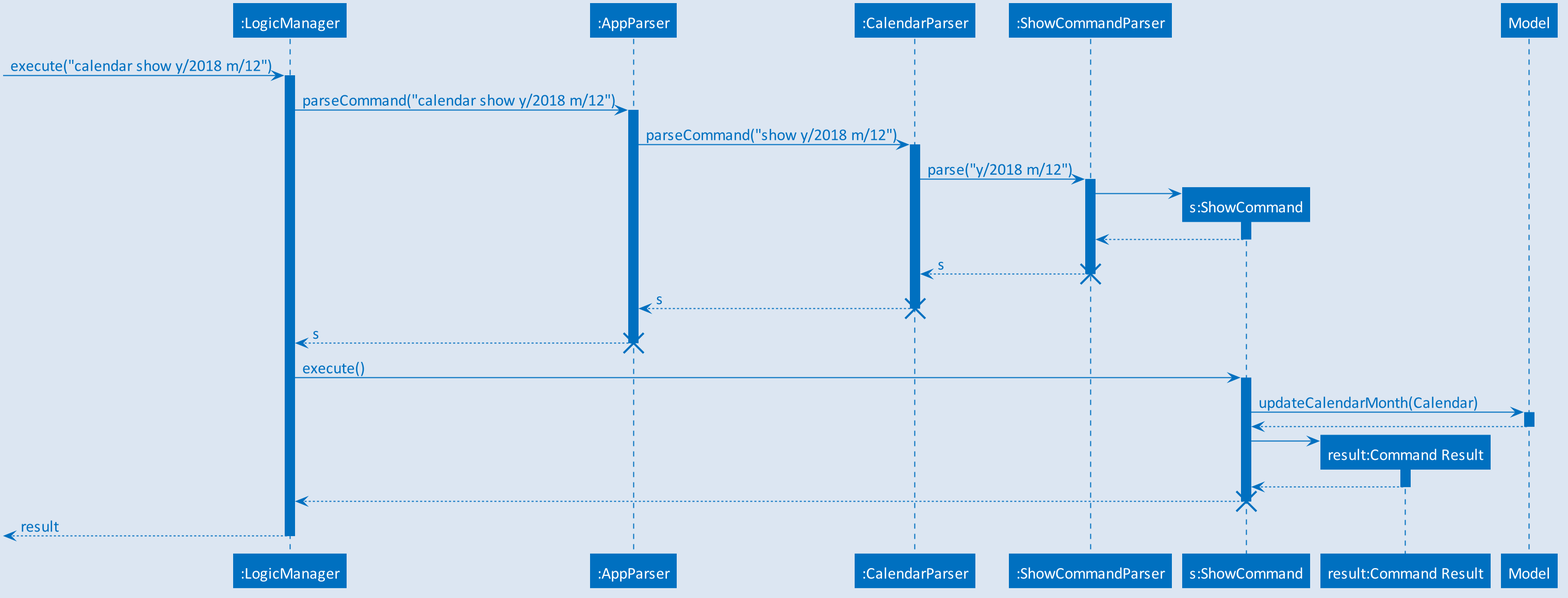
Earlier version of the PlantUML export docs/images/CalendarShowCommandSequence.png (CS2103-AY1819S1-T09-1/main).
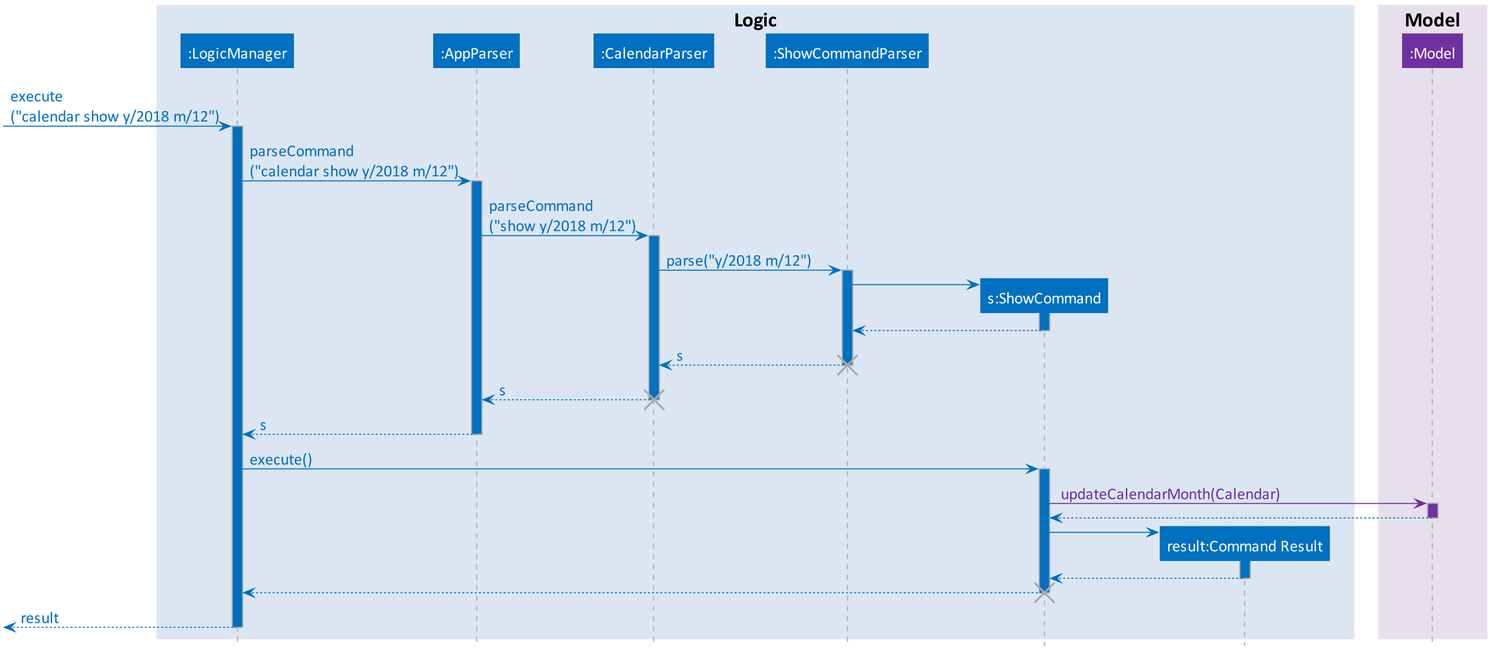
After the commit.

Commit message:
Colorise diagram

The edit, as a diff of the source:
```diff
@@ -2,52 +2,75 @@
 scale 2
 skinparam defaultFontName Calibri
 skinparam defaultFontSize 16
-skinparam backgroundColor #DCE6F2
+skinparam BoxPadding 10
+skinparam ParticipantPadding 20
 skinparam shadowing false
+hide stereotype
 
 skinparam sequence {
-    ParticipantBorderColor #0070C0
-    ParticipantBackgroundColor #0070C0
+    BoxBorderColor transparent
+    BoxFontSize 20
+
+    ParticipantBorderColor<<logic>> #0070C0
+    ParticipantBackgroundColor<<logic>> #0070C0
+
+    ParticipantBorderColor<<model>> #7030A0
+    ParticipantBackgroundColor<<model>> #7030A0
+
+    LifeLineBorderColor DarkGrey
+    LifeLineBackgroundColor #0070C0
     ParticipantFontColor #FFFFFF
-
-    LifeLineBorderColor #0070C0
-    LifeLineBackgroundColor #0070C0
 
     ArrowColor #0070C0
     ArrowBorderColor #0070C0
     ArrowFontColor #0070C0
-
 }
 
-participant logicManager as ":LogicManager"
-participant appParser as ":AppParser"
-participant calendarParser as ":CalendarParser"
-participant showCommandParser as ":ShowCommandParser"
-participant showCommand as "s:ShowCommand"
-participant result as "result:Command Result"
-participant model as "Model"
+box "Logic" #DCE6F2
+    participant logicManager as ":LogicManager" <<logic>>
+    participant appParser as ":AppParser" <<logic>>
+    participant calendarParser as ":CalendarParser" <<logic>>
+    participant showCommandParser as ":ShowCommandParser" <<logic>>
+    participant showCommand as "s:ShowCommand" <<logic>>
+    participant result as "result:Command Result" <<logic>>
+end box
+box "Model" #E6E0EC
+    participant model as ":Model" <<model>>
+end box
 
-autoactivate on
-[-> logicManager: execute("calendar show y/2018 m/12")
-logicManager -> appParser: parseCommand("calendar show y/2018 m/12")
-appParser -> calendarParser: parseCommand("show y/2018 m/12")
+hide footbox
+[-> logicManager: execute\n("calendar show y/2018 m/12")
+activate logicManager
+logicManager -> appParser: parseCommand\n("calendar show y/2018 m/12")
+activate appParser
+appParser -> calendarParser: parseCommand\n("show y/2018 m/12")
+activate calendarParser
 calendarParser -> showCommandParser: parse("y/2018 m/12")
+activate showCommandParser
 create showCommand
 showCommandParser -> showCommand
+activate showCommand
 showCommand --> showCommandParser
+deactivate showCommand
 showCommandParser --> calendarParser: s
 destroy showCommandParser
 calendarParser --> appParser: s
 destroy calendarParser
 appParser --> logicManager: s
-destroy appParser
+deactivate appParser
 logicManager -> showCommand: execute()
-showCommand -> model: updateCalendarMonth(Calendar)
+activate showCommand
+showCommand -[#7030A0]> model : <color:#7030A0> updateCalendarMonth(Calendar)
+activate model #7030A0
 model --> showCommand
+deactivate model
 create result
 showCommand -> result
+activate result
 result --> showCommand
+deactivate result
 showCommand --> logicManager
 destroy showCommand
 logicManager -->[ : result
+deactivate logicManager
 @enduml
```
